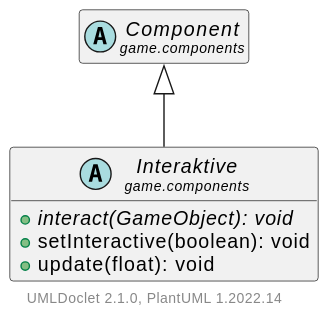
The PlantUML diagram doc/javadoc/game/components/Interaktive.svg in Hirschiii/JavaGameEngine, before a commit. Its diagram source:
```plantuml
@startuml
    set namespaceSeparator none
    hide empty fields
    hide empty methods

    abstract class "<size:14>Interaktive\n<size:10>game.components" as game.components.Interaktive [[Interaktive.html]] {
        {abstract} +interact(GameObject): void
        +setInteractive(boolean): void
        +update(float): void
    }

    abstract class "<size:14>Component\n<size:10>game.components" as game.components.Component [[Component.html]]

    game.components.Component <|-- game.components.Interaktive

    center footer UMLDoclet 2.1.0, PlantUML %version()
@enduml
```
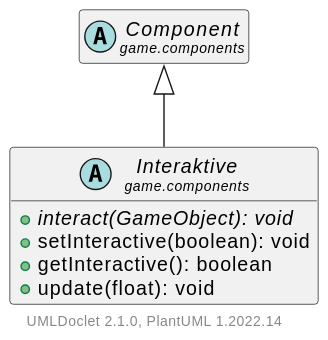
After the commit.

What changed in the source:
```diff
@@ -6,6 +6,7 @@
     abstract class "<size:14>Interaktive\n<size:10>game.components" as game.components.Interaktive [[Interaktive.html]] {
         {abstract} +interact(GameObject): void
         +setInteractive(boolean): void
+        +getInteractive(): boolean
         +update(float): void
     }
 
```
